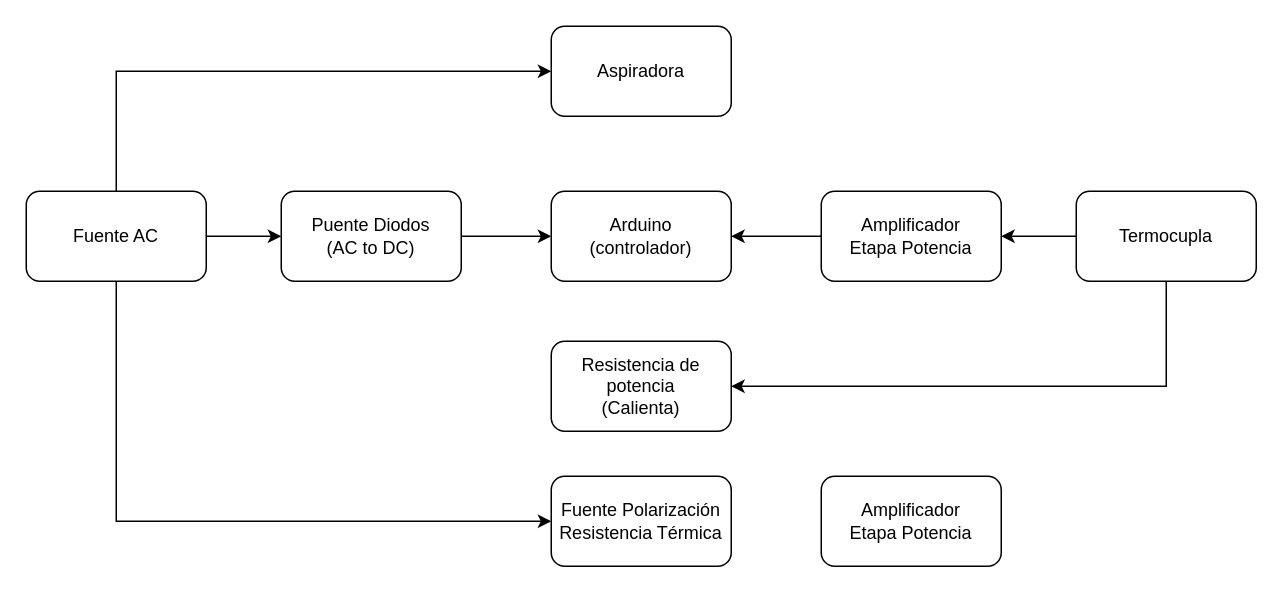
Above: Termoformadora.drawio in LeonardoUAndes/Analoga (draw.io), before the change. Source tidied: cells renumbered, new cells numbered last; positions are measured from the earlier drawing's top-left corner, leaving out a move shared by most shapes. Both pictures are drawn from the tidied source at 150%, with x=0, y=0 at pixel (26, 26).
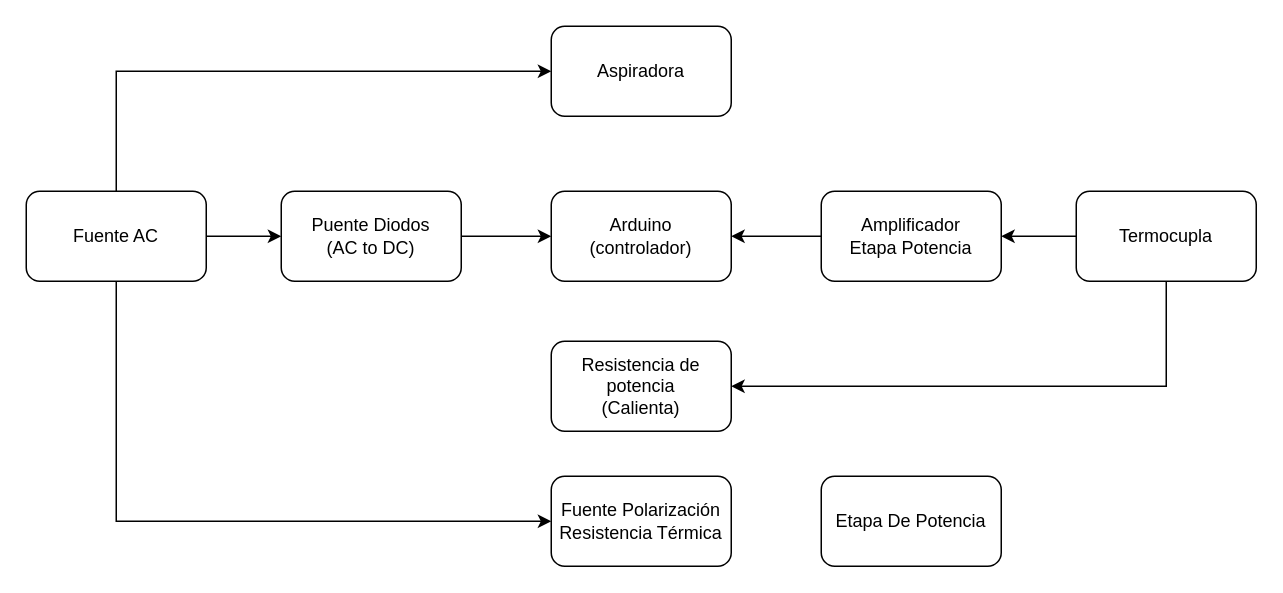
After the change.

The edit, as a diff of the source:
```diff
@@
-    <mxCell id="17" value="Amplificador&lt;div&gt;Etapa Potencia&lt;/div&gt;" style="rounded=1;whiteSpace=wrap;html=1;" parent="1" vertex="1">
+    <mxCell id="17" value="Etapa De Potencia" style="rounded=1;whiteSpace=wrap;html=1;" parent="1" vertex="1">
       <mxGeometry x="530" y="300" width="120" height="60" as="geometry" />
     </mxCell>
```
